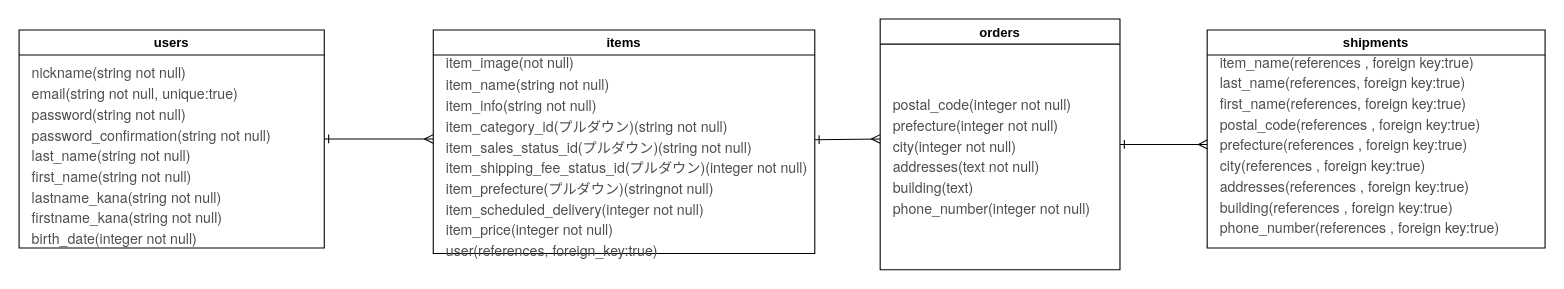
Above: test.dio in ezurechan/furima-38118 (draw.io), before the change. Source tidied: cells renumbered, new cells numbered last; positions are measured from the earlier drawing's top-left corner, leaving out a move shared by most shapes. Both pictures are drawn from the tidied source at 109%, with x=0, y=0 at pixel (19, 19).
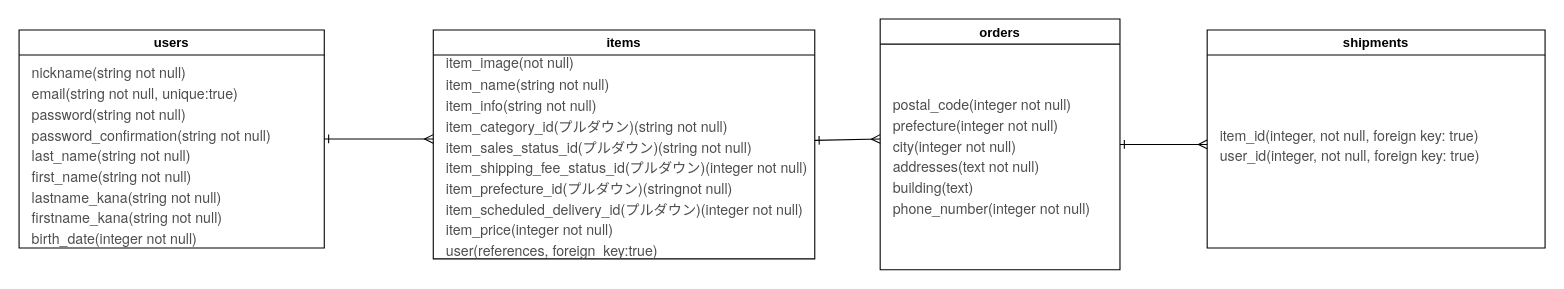
The same page after the edit.

What changed in the source:
```diff
@@
 <mxGraphModel>
   <root>
     <mxCell id="0" />
     <mxCell id="1" parent="0" />
     <mxCell id="2" style="edgeStyle=none;html=1;exitX=1;exitY=0.5;exitDx=0;exitDy=0;fontSize=13;fontColor=#FFFFFF;startArrow=ERone;startFill=0;endArrow=ERmany;endFill=0;" parent="1" edge="1" source="3">
       <mxGeometry relative="1" as="geometry">
         <mxPoint x="380" y="110" as="targetPoint" />
       </mxGeometry>
     </mxCell>
     <mxCell id="3" value="users" style="swimlane;" parent="1" vertex="1">
       <mxGeometry y="10" width="280" height="200" as="geometry" />
     </mxCell>
     <mxCell id="4" value="&lt;p class=&quot;p1&quot; style=&quot;margin: 0px ; font-stretch: normal ; font-size: 13px ; line-height: normal ; font-family: &amp;quot;helvetica neue&amp;quot;&quot;&gt;&lt;font&gt;nickname(&lt;/font&gt;&lt;span style=&quot;&quot;&gt;string&lt;/span&gt;&lt;font&gt;&amp;nbsp;not null)&lt;/font&gt;&lt;/p&gt;&lt;p class=&quot;p1&quot; style=&quot;margin: 0px ; font-stretch: normal ; font-size: 13px ; line-height: normal ; font-family: &amp;quot;helvetica neue&amp;quot;&quot;&gt;&lt;font&gt;email(&lt;/font&gt;&lt;span style=&quot;&quot;&gt;string&lt;/span&gt;&lt;font&gt;&amp;nbsp;not null, unique:true)&lt;/font&gt;&lt;/p&gt;&lt;p class=&quot;p1&quot; style=&quot;margin: 0px ; font-stretch: normal ; font-size: 13px ; line-height: normal ; font-family: &amp;quot;helvetica neue&amp;quot;&quot;&gt;&lt;font&gt;password(&lt;/font&gt;&lt;span style=&quot;&quot;&gt;string&lt;/span&gt;&lt;font&gt;&amp;nbsp;not null)&lt;/font&gt;&lt;/p&gt;&lt;p class=&quot;p1&quot; style=&quot;margin: 0px ; font-stretch: normal ; font-size: 13px ; line-height: normal ; font-family: &amp;quot;helvetica neue&amp;quot;&quot;&gt;&lt;font&gt;password_confirmation(&lt;/font&gt;&lt;span style=&quot;&quot;&gt;string&lt;/span&gt;&lt;font&gt;&amp;nbsp;not null)&lt;/font&gt;&lt;/p&gt;&lt;p class=&quot;p1&quot; style=&quot;margin: 0px ; font-stretch: normal ; font-size: 13px ; line-height: normal ; font-family: &amp;quot;helvetica neue&amp;quot;&quot;&gt;&lt;font&gt;last_name(&lt;/font&gt;&lt;span style=&quot;&quot;&gt;string&lt;/span&gt;&lt;font&gt;&amp;nbsp;not null)&lt;/font&gt;&lt;/p&gt;&lt;p class=&quot;p1&quot; style=&quot;margin: 0px ; font-stretch: normal ; font-size: 13px ; line-height: normal ; font-family: &amp;quot;helvetica neue&amp;quot;&quot;&gt;&lt;font&gt;first_name(&lt;/font&gt;&lt;span style=&quot;&quot;&gt;string&lt;/span&gt;&lt;font&gt;&amp;nbsp;not null)&lt;/font&gt;&lt;/p&gt;&lt;p class=&quot;p1&quot; style=&quot;margin: 0px ; font-stretch: normal ; font-size: 13px ; line-height: normal ; font-family: &amp;quot;helvetica neue&amp;quot;&quot;&gt;&lt;font&gt;lastname_kana(&lt;/font&gt;&lt;span style=&quot;&quot;&gt;string&lt;/span&gt;&lt;font&gt;&amp;nbsp;not null)&lt;/font&gt;&lt;/p&gt;&lt;p class=&quot;p1&quot; style=&quot;margin: 0px ; font-stretch: normal ; font-size: 13px ; line-height: normal ; font-family: &amp;quot;helvetica neue&amp;quot;&quot;&gt;&lt;font&gt;firstname_kana(&lt;/font&gt;&lt;span style=&quot;&quot;&gt;string&lt;/span&gt;&lt;font&gt;&amp;nbsp;not null)&lt;/font&gt;&lt;/p&gt;&lt;p class=&quot;p1&quot; style=&quot;margin: 0px ; font-stretch: normal ; font-size: 13px ; line-height: normal ; font-family: &amp;quot;helvetica neue&amp;quot;&quot;&gt;&lt;font&gt;birth_date(integer not null)&lt;/font&gt;&lt;/p&gt;" style="text;html=1;align=left;verticalAlign=middle;strokeColor=none;fillColor=none;fontColor=#4D4D4D;" parent="3" vertex="1">
       <mxGeometry x="10" y="40" width="240" height="150" as="geometry" />
     </mxCell>
     <mxCell id="5" style="edgeStyle=none;html=1;fontSize=13;fontColor=#FFFFFF;startArrow=ERone;startFill=0;endArrow=ERmany;endFill=0;" parent="1" edge="1" source="6">
       <mxGeometry relative="1" as="geometry">
         <mxPoint x="790" y="110" as="targetPoint" />
       </mxGeometry>
     </mxCell>
     <mxCell id="6" value="items" style="swimlane;" parent="1" vertex="1">
-      <mxGeometry x="380" y="10" width="350" height="205" as="geometry" />
+      <mxGeometry x="380" y="10" width="350" height="210" as="geometry" />
     </mxCell>
-    <mxCell id="7" value="&lt;p class=&quot;p1&quot; style=&quot;margin: 0px 0px 2px ; font-stretch: normal ; line-height: normal ; font-family: &amp;#34;helvetica neue&amp;#34; ; font-size: 13px&quot;&gt;&lt;font style=&quot;font-size: 13px&quot;&gt;item_image(not null)&lt;/font&gt;&lt;/p&gt;&lt;p class=&quot;p2&quot; style=&quot;margin: 0px ; font-stretch: normal ; line-height: normal ; font-family: &amp;#34;helvetica neue&amp;#34; ; font-size: 13px&quot;&gt;&lt;font style=&quot;font-size: 13px&quot;&gt;item_name(string not null)&lt;/font&gt;&lt;/p&gt;&lt;p class=&quot;p2&quot; style=&quot;margin: 0px ; font-stretch: normal ; line-height: normal ; font-family: &amp;#34;helvetica neue&amp;#34; ; font-size: 13px&quot;&gt;&lt;font style=&quot;font-size: 13px&quot;&gt;item_info(string&amp;nbsp;not null)&lt;/font&gt;&lt;/p&gt;&lt;p class=&quot;p2&quot; style=&quot;margin: 0px ; font-stretch: normal ; line-height: normal ; font-family: &amp;#34;helvetica neue&amp;#34; ; font-size: 13px&quot;&gt;&lt;font style=&quot;font-size: 13px&quot;&gt;item_category_id(プルダウン)(string&amp;nbsp;not null)&lt;/font&gt;&lt;/p&gt;&lt;p class=&quot;p2&quot; style=&quot;margin: 0px ; font-stretch: normal ; line-height: normal ; font-family: &amp;#34;helvetica neue&amp;#34; ; font-size: 13px&quot;&gt;&lt;font style=&quot;font-size: 13px&quot;&gt;item_sales_status_id(プルダウン)(string not null)&lt;/font&gt;&lt;/p&gt;&lt;p class=&quot;p2&quot; style=&quot;margin: 0px ; font-stretch: normal ; line-height: normal ; font-family: &amp;#34;helvetica neue&amp;#34; ; font-size: 13px&quot;&gt;&lt;font style=&quot;font-size: 13px&quot;&gt;item_shipping_fee_status_id(プルダウン)(integer not null)&lt;/font&gt;&lt;/p&gt;&lt;p class=&quot;p2&quot; style=&quot;margin: 0px ; font-stretch: normal ; line-height: normal ; font-family: &amp;#34;helvetica neue&amp;#34; ; font-size: 13px&quot;&gt;&lt;font style=&quot;font-size: 13px&quot;&gt;item_prefecture(プルダウン)(stringnot null)&lt;/font&gt;&lt;/p&gt;&lt;p class=&quot;p2&quot; style=&quot;margin: 0px ; font-stretch: normal ; line-height: normal ; font-family: &amp;#34;helvetica neue&amp;#34; ; font-size: 13px&quot;&gt;&lt;font style=&quot;font-size: 13px&quot;&gt;item_scheduled_delivery(integer not null)&lt;/font&gt;&lt;/p&gt;&lt;p class=&quot;p2&quot; style=&quot;margin: 0px ; font-stretch: normal ; line-height: normal ; font-family: &amp;#34;helvetica neue&amp;#34; ; font-size: 13px&quot;&gt;&lt;font style=&quot;font-size: 13px&quot;&gt;item_price(integer not null)&lt;/font&gt;&lt;/p&gt;&lt;p class=&quot;p2&quot; style=&quot;margin: 0px ; font-stretch: normal ; line-height: normal ; font-family: &amp;#34;helvetica neue&amp;#34; ; font-size: 13px&quot;&gt;&lt;font style=&quot;font-size: 13px&quot;&gt;user(references, foreign_key:true)&lt;/font&gt;&lt;/p&gt;" style="text;html=1;align=left;verticalAlign=middle;strokeColor=none;fillColor=none;fontColor=#4D4D4D;" parent="6" vertex="1">
-      <mxGeometry x="10" y="25" width="340" height="180" as="geometry" />
+    <mxCell id="7" value="&lt;p class=&quot;p1&quot; style=&quot;margin: 0px 0px 2px ; font-stretch: normal ; line-height: normal ; font-family: &amp;#34;helvetica neue&amp;#34; ; font-size: 13px&quot;&gt;&lt;font style=&quot;font-size: 13px&quot;&gt;item_image(not null)&lt;/font&gt;&lt;/p&gt;&lt;p class=&quot;p2&quot; style=&quot;margin: 0px ; font-stretch: normal ; line-height: normal ; font-family: &amp;#34;helvetica neue&amp;#34; ; font-size: 13px&quot;&gt;&lt;font style=&quot;font-size: 13px&quot;&gt;item_name(string not null)&lt;/font&gt;&lt;/p&gt;&lt;p class=&quot;p2&quot; style=&quot;margin: 0px ; font-stretch: normal ; line-height: normal ; font-family: &amp;#34;helvetica neue&amp;#34; ; font-size: 13px&quot;&gt;&lt;font style=&quot;font-size: 13px&quot;&gt;item_info(string&amp;nbsp;not null)&lt;/font&gt;&lt;/p&gt;&lt;p class=&quot;p2&quot; style=&quot;margin: 0px ; font-stretch: normal ; line-height: normal ; font-family: &amp;#34;helvetica neue&amp;#34; ; font-size: 13px&quot;&gt;&lt;font style=&quot;font-size: 13px&quot;&gt;item_category_id(プルダウン)(string&amp;nbsp;not null)&lt;/font&gt;&lt;/p&gt;&lt;p class=&quot;p2&quot; style=&quot;margin: 0px ; font-stretch: normal ; line-height: normal ; font-family: &amp;#34;helvetica neue&amp;#34; ; font-size: 13px&quot;&gt;&lt;font style=&quot;font-size: 13px&quot;&gt;item_sales_status_id(プルダウン)(string not null)&lt;/font&gt;&lt;/p&gt;&lt;p class=&quot;p2&quot; style=&quot;margin: 0px ; font-stretch: normal ; line-height: normal ; font-family: &amp;#34;helvetica neue&amp;#34; ; font-size: 13px&quot;&gt;&lt;font style=&quot;font-size: 13px&quot;&gt;item_shipping_fee_status_id(プルダウン)(integer not null)&lt;/font&gt;&lt;/p&gt;&lt;p class=&quot;p2&quot; style=&quot;margin: 0px ; font-stretch: normal ; line-height: normal ; font-family: &amp;#34;helvetica neue&amp;#34; ; font-size: 13px&quot;&gt;&lt;font style=&quot;font-size: 13px&quot;&gt;item_prefecture_id(プルダウン)(stringnot null)&lt;/font&gt;&lt;/p&gt;&lt;p class=&quot;p2&quot; style=&quot;margin: 0px ; font-stretch: normal ; line-height: normal ; font-family: &amp;#34;helvetica neue&amp;#34; ; font-size: 13px&quot;&gt;&lt;font style=&quot;font-size: 13px&quot;&gt;item_scheduled_delivery_id(プルダウン)(integer not null)&lt;/font&gt;&lt;/p&gt;&lt;p class=&quot;p2&quot; style=&quot;margin: 0px ; font-stretch: normal ; line-height: normal ; font-family: &amp;#34;helvetica neue&amp;#34; ; font-size: 13px&quot;&gt;&lt;font style=&quot;font-size: 13px&quot;&gt;item_price(integer not null)&lt;/font&gt;&lt;/p&gt;&lt;p class=&quot;p2&quot; style=&quot;margin: 0px ; font-stretch: normal ; line-height: normal ; font-family: &amp;#34;helvetica neue&amp;#34; ; font-size: 13px&quot;&gt;&lt;font style=&quot;font-size: 13px&quot;&gt;user(references, foreign_key:true)&lt;/font&gt;&lt;/p&gt;" style="text;html=1;align=left;verticalAlign=middle;strokeColor=none;fillColor=none;fontColor=#4D4D4D;" parent="6" vertex="1">
+      <mxGeometry x="10" y="20" width="340" height="190" as="geometry" />
     </mxCell>
     <mxCell id="8" style="edgeStyle=none;html=1;fontSize=13;fontColor=#FFFFFF;startArrow=ERone;startFill=0;endArrow=ERmany;endFill=0;" parent="1" edge="1" source="9">
       <mxGeometry relative="1" as="geometry">
         <mxPoint x="1090" y="115" as="targetPoint" />
       </mxGeometry>
     </mxCell>
     <mxCell id="9" value="orders" style="swimlane;" parent="1" vertex="1">
       <mxGeometry x="790" width="220" height="230" as="geometry" />
     </mxCell>
     <mxCell id="10" value="&lt;p class=&quot;p1&quot; style=&quot;margin: 0px ; font-stretch: normal ; line-height: normal ; font-family: &amp;#34;helvetica neue&amp;#34;&quot;&gt;&lt;span&gt;postal_code(integer not null)&lt;/span&gt;&lt;br&gt;&lt;/p&gt;&lt;p class=&quot;p1&quot; style=&quot;margin: 0px ; font-stretch: normal ; line-height: normal ; font-family: &amp;#34;helvetica neue&amp;#34;&quot;&gt;prefecture(integer not null)&lt;/p&gt;&lt;p class=&quot;p1&quot; style=&quot;margin: 0px ; font-stretch: normal ; line-height: normal ; font-family: &amp;#34;helvetica neue&amp;#34;&quot;&gt;city(integer not null)&lt;/p&gt;&lt;p class=&quot;p1&quot; style=&quot;margin: 0px ; font-stretch: normal ; line-height: normal ; font-family: &amp;#34;helvetica neue&amp;#34;&quot;&gt;addresses(text not null)&lt;/p&gt;&lt;p class=&quot;p1&quot; style=&quot;margin: 0px ; font-stretch: normal ; line-height: normal ; font-family: &amp;#34;helvetica neue&amp;#34;&quot;&gt;building(text)&lt;/p&gt;&lt;p class=&quot;p1&quot; style=&quot;margin: 0px ; font-stretch: normal ; line-height: normal ; font-family: &amp;#34;helvetica neue&amp;#34;&quot;&gt;phone_number(integer not null)&lt;/p&gt;" style="text;html=1;align=left;verticalAlign=middle;strokeColor=none;fillColor=none;fontSize=13;fontColor=#4D4D4D;" parent="9" vertex="1">
       <mxGeometry x="10" y="75" width="200" height="100" as="geometry" />
     </mxCell>
     <mxCell id="11" value="shipments" style="swimlane;" parent="1" vertex="1">
       <mxGeometry x="1090" y="10" width="310" height="200" as="geometry" />
     </mxCell>
-    <mxCell id="12" value="&lt;p class=&quot;p1&quot; style=&quot;margin: 0px ; font-stretch: normal ; line-height: normal ; font-family: &amp;quot;helvetica neue&amp;quot;&quot;&gt;item_name(references , foreign key:true)&lt;/p&gt;&lt;p class=&quot;p1&quot; style=&quot;margin: 0px ; font-stretch: normal ; line-height: normal ; font-family: &amp;quot;helvetica neue&amp;quot;&quot;&gt;last_name(references, foreign key:true)&lt;/p&gt;&lt;p class=&quot;p1&quot; style=&quot;margin: 0px ; font-stretch: normal ; line-height: normal ; font-family: &amp;quot;helvetica neue&amp;quot;&quot;&gt;first_name(references, foreign key:true)&lt;/p&gt;&lt;p class=&quot;p1&quot; style=&quot;margin: 0px ; font-stretch: normal ; line-height: normal ; font-family: &amp;quot;helvetica neue&amp;quot;&quot;&gt;postal_code(references&amp;nbsp;, foreign key:true)&lt;/p&gt;&lt;p class=&quot;p1&quot; style=&quot;margin: 0px ; font-stretch: normal ; line-height: normal ; font-family: &amp;quot;helvetica neue&amp;quot;&quot;&gt;prefecture(references&amp;nbsp;, foreign key:true)&lt;/p&gt;&lt;p class=&quot;p1&quot; style=&quot;margin: 0px ; font-stretch: normal ; line-height: normal ; font-family: &amp;quot;helvetica neue&amp;quot;&quot;&gt;city(references&amp;nbsp;, foreign key:true)&lt;/p&gt;&lt;p class=&quot;p1&quot; style=&quot;margin: 0px ; font-stretch: normal ; line-height: normal ; font-family: &amp;quot;helvetica neue&amp;quot;&quot;&gt;addresses(references&amp;nbsp;, foreign key:true)&lt;/p&gt;&lt;p class=&quot;p1&quot; style=&quot;margin: 0px ; font-stretch: normal ; line-height: normal ; font-family: &amp;quot;helvetica neue&amp;quot;&quot;&gt;building(references&amp;nbsp;, foreign key:true)&lt;/p&gt;&lt;p class=&quot;p1&quot; style=&quot;margin: 0px ; font-stretch: normal ; line-height: normal ; font-family: &amp;quot;helvetica neue&amp;quot;&quot;&gt;phone_number(references&amp;nbsp;, foreign key:true)&lt;/p&gt;" style="text;html=1;align=left;verticalAlign=middle;strokeColor=none;fillColor=none;fontSize=13;fontColor=#4D4D4D;" parent="11" vertex="1">
-      <mxGeometry x="10" y="30" width="270" height="150" as="geometry" />
+    <mxCell id="12" value="&lt;p class=&quot;p1&quot; style=&quot;margin: 0px ; font-stretch: normal ; line-height: normal ; font-family: &amp;#34;helvetica neue&amp;#34;&quot;&gt;item_id(integer, not null, foreign key: true)&lt;/p&gt;&lt;p class=&quot;p1&quot; style=&quot;margin: 0px ; font-stretch: normal ; line-height: normal ; font-family: &amp;#34;helvetica neue&amp;#34;&quot;&gt;user_id(integer, not null, foreign key: true)&lt;br&gt;&lt;/p&gt;" style="text;html=1;align=left;verticalAlign=middle;strokeColor=none;fillColor=none;fontSize=13;fontColor=#4D4D4D;" parent="11" vertex="1">
+      <mxGeometry x="10" y="85" width="250" height="40" as="geometry" />
     </mxCell>
   </root>
 </mxGraphModel>
```
